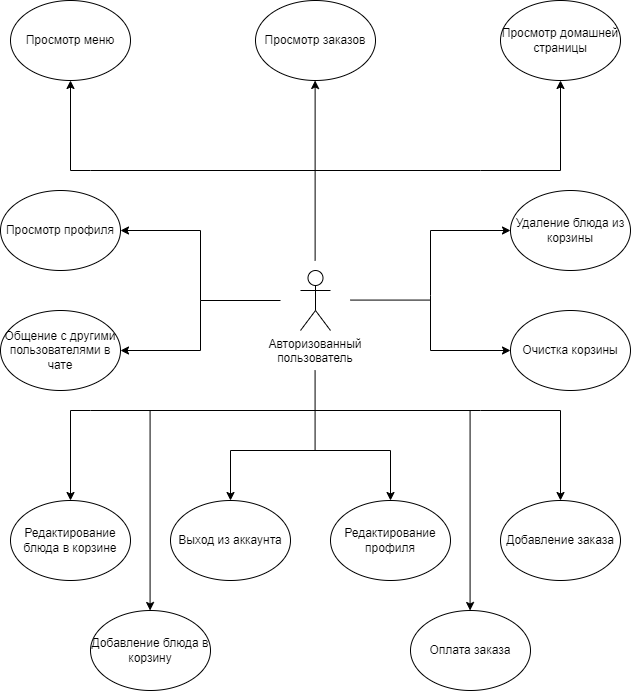
Above: варисппол.png in Camikadzeprof/CW-serv (draw.io), before the change. Source tidied: cells renumbered, new cells last; positions are measured from the earlier drawing's top-left corner, leaving out a move shared by most shapes.
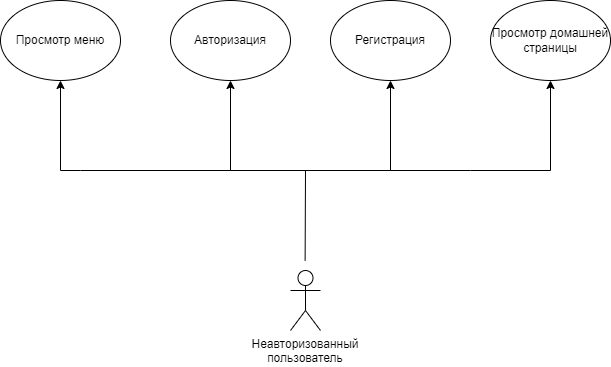
Later version of the same file.

The edit, as a diff of the source:
```diff
@@ -2,106 +2,9 @@
   <root>
     <mxCell id="0" />
     <mxCell id="1" parent="0" />
-    <mxCell id="2" value="Авторизованный пользователь" style="shape=umlActor;verticalLabelPosition=bottom;verticalAlign=top;html=1;whiteSpace=wrap;" parent="1" vertex="1">
+    <mxCell id="2" value="Неавторизованный пользователь" style="shape=umlActor;verticalLabelPosition=bottom;verticalAlign=top;html=1;whiteSpace=wrap;" parent="1" vertex="1">
       <mxGeometry x="300" y="270" width="30" height="60" as="geometry" />
     </mxCell>
-    <mxCell id="3" style="endArrow=none;html=1;rounded=0;" parent="1" edge="1">
-      <mxGeometry relative="1" as="geometry">
-        <mxPoint x="200" y="300" as="sourcePoint" />
-        <mxPoint x="280" y="300" as="targetPoint" />
-      </mxGeometry>
-    </mxCell>
-    <mxCell id="4" style="endArrow=classic;startArrow=classic;html=1;rounded=0;" parent="1" edge="1">
-      <mxGeometry relative="1" as="geometry">
-        <mxPoint x="120" y="350" as="sourcePoint" />
-        <mxPoint x="120" y="230" as="targetPoint" />
-        <Array as="points">
-          <mxPoint x="200" y="350" />
-          <mxPoint x="200" y="300" />
-          <mxPoint x="200" y="230" />
-        </Array>
-      </mxGeometry>
-    </mxCell>
-    <mxCell id="5" value="Просмотр профиля" style="ellipse;whiteSpace=wrap;html=1;" parent="1" vertex="1">
-      <mxGeometry y="190" width="120" height="80" as="geometry" />
-    </mxCell>
-    <mxCell id="6" value="Общение с другими пользователями в чате" style="ellipse;whiteSpace=wrap;html=1;" parent="1" vertex="1">
-      <mxGeometry y="310" width="120" height="80" as="geometry" />
-    </mxCell>
-    <mxCell id="7" style="endArrow=none;html=1;rounded=0;" parent="1" edge="1">
-      <mxGeometry relative="1" as="geometry">
-        <mxPoint x="350" y="299.6" as="sourcePoint" />
-        <mxPoint x="430" y="299.6" as="targetPoint" />
-      </mxGeometry>
-    </mxCell>
-    <mxCell id="8" style="endArrow=classic;startArrow=classic;html=1;rounded=0;exitX=0;exitY=0.5;exitDx=0;exitDy=0;" parent="1" edge="1" source="10">
-      <mxGeometry relative="1" as="geometry">
-        <mxPoint x="510" y="230" as="targetPoint" />
-        <Array as="points">
-          <mxPoint x="430" y="350" />
-          <mxPoint x="430" y="295" />
-          <mxPoint x="430" y="230" />
-        </Array>
-      </mxGeometry>
-    </mxCell>
-    <mxCell id="9" value="Удаление блюда из корзины" style="ellipse;whiteSpace=wrap;html=1;" parent="1" vertex="1">
-      <mxGeometry x="510" y="190" width="120" height="80" as="geometry" />
-    </mxCell>
-    <mxCell id="10" value="Очистка корзины" style="ellipse;whiteSpace=wrap;html=1;" parent="1" vertex="1">
-      <mxGeometry x="510" y="310" width="120" height="80" as="geometry" />
-    </mxCell>
-    <mxCell id="11" style="endArrow=none;html=1;rounded=0;" parent="1" edge="1">
-      <mxGeometry relative="1" as="geometry">
-        <mxPoint x="314.6" y="450" as="sourcePoint" />
-        <mxPoint x="314.6" y="370" as="targetPoint" />
-      </mxGeometry>
-    </mxCell>
-    <mxCell id="12" style="endArrow=classic;startArrow=classic;html=1;rounded=0;" parent="1" edge="1">
-      <mxGeometry relative="1" as="geometry">
-        <mxPoint x="230" y="500" as="sourcePoint" />
-        <mxPoint x="390" y="500" as="targetPoint" />
-        <Array as="points">
-          <mxPoint x="230" y="450" />
-          <mxPoint x="390" y="450" />
-        </Array>
-      </mxGeometry>
-    </mxCell>
-    <mxCell id="13" value="Редактирование профиля" style="ellipse;whiteSpace=wrap;html=1;" parent="1" vertex="1">
-      <mxGeometry x="330" y="500" width="120" height="80" as="geometry" />
-    </mxCell>
-    <mxCell id="14" value="Выход из аккаунта" style="ellipse;whiteSpace=wrap;html=1;" parent="1" vertex="1">
-      <mxGeometry x="170" y="500" width="120" height="80" as="geometry" />
-    </mxCell>
-    <mxCell id="15" style="endArrow=classic;startArrow=classic;html=1;rounded=0;" parent="1" edge="1">
-      <mxGeometry relative="1" as="geometry">
-        <mxPoint x="70" y="500" as="sourcePoint" />
-        <mxPoint x="560" y="500" as="targetPoint" />
-        <Array as="points">
-          <mxPoint x="70" y="410" />
-          <mxPoint x="90" y="410" />
-          <mxPoint x="480" y="410" />
-          <mxPoint x="560" y="410" />
-        </Array>
-      </mxGeometry>
-    </mxCell>
-    <mxCell id="16" value="Редактирование блюда в корзине" style="ellipse;whiteSpace=wrap;html=1;" parent="1" vertex="1">
-      <mxGeometry x="10" y="500" width="120" height="80" as="geometry" />
-    </mxCell>
-    <mxCell id="17" value="Добавление заказа" style="ellipse;whiteSpace=wrap;html=1;" parent="1" vertex="1">
-      <mxGeometry x="500" y="500" width="120" height="80" as="geometry" />
-    </mxCell>
-    <mxCell id="18" value="Добавление блюда в корзину" style="ellipse;whiteSpace=wrap;html=1;" parent="1" vertex="1">
-      <mxGeometry x="90" y="610" width="120" height="80" as="geometry" />
-    </mxCell>
-    <mxCell id="19" style="endArrow=classic;html=1;rounded=0;" parent="1" edge="1">
-      <mxGeometry relative="1" as="geometry">
-        <mxPoint x="149.6" y="410" as="sourcePoint" />
-        <mxPoint x="149.6" y="610" as="targetPoint" />
-      </mxGeometry>
-    </mxCell>
-    <mxCell id="20" value="Оплата заказа" style="ellipse;whiteSpace=wrap;html=1;" parent="1" vertex="1">
-      <mxGeometry x="410" y="610" width="120" height="80" as="geometry" />
-    </mxCell>
     <mxCell id="21" style="endArrow=classic;startArrow=classic;html=1;rounded=0;" parent="1" edge="1">
       <mxGeometry relative="1" as="geometry">
         <mxPoint x="70" y="80" as="sourcePoint" />
@@ -120,20 +23,25 @@
     <mxCell id="23" value="Просмотр домашней страницы" style="ellipse;whiteSpace=wrap;html=1;" parent="1" vertex="1">
       <mxGeometry x="500" width="120" height="80" as="geometry" />
     </mxCell>
-    <mxCell id="24" value="Просмотр заказов" style="ellipse;whiteSpace=wrap;html=1;" parent="1" vertex="1">
-      <mxGeometry x="255" width="120" height="80" as="geometry" />
+    <mxCell id="24" value="Авторизация" style="ellipse;whiteSpace=wrap;html=1;" parent="1" vertex="1">
+      <mxGeometry x="180" width="120" height="80" as="geometry" />
     </mxCell>
-    <mxCell id="25" style="endArrow=classic;html=1;rounded=0;" parent="1" edge="1">
-      <mxGeometry relative="1" as="geometry">
-        <mxPoint x="469.6" y="410" as="sourcePoint" />
-        <mxPoint x="469.6" y="610" as="targetPoint" />
-      </mxGeometry>
-    </mxCell>
-    <mxCell id="26" style="endArrow=classic;html=1;rounded=0;" parent="1" edge="1">
+    <mxCell id="26" style="endArrow=classic;html=1;rounded=0;entryX=0.5;entryY=1;entryDx=0;entryDy=0;" parent="1" edge="1" target="24">
       <mxGeometry relative="1" as="geometry">
         <mxPoint x="314.6" y="260" as="sourcePoint" />
-        <mxPoint x="314.6" y="80" as="targetPoint" />
+        <Array as="points">
+          <mxPoint x="315" y="170" />
+          <mxPoint x="240" y="170" />
+        </Array>
       </mxGeometry>
     </mxCell>
+    <mxCell id="27" value="Регистрация" style="ellipse;whiteSpace=wrap;html=1;" parent="1" vertex="1">
+      <mxGeometry x="340" width="120" height="80" as="geometry" />
+    </mxCell>
+    <mxCell id="28" style="endArrow=classic;html=1;rounded=0;entryX=0.5;entryY=1;entryDx=0;entryDy=0;" parent="1" edge="1" target="27">
+      <mxGeometry relative="1" as="geometry">
+        <mxPoint x="400" y="170" as="sourcePoint" />
+      </mxGeometry>
+    </mxCell>
   </root>
 </mxGraphModel>
```
